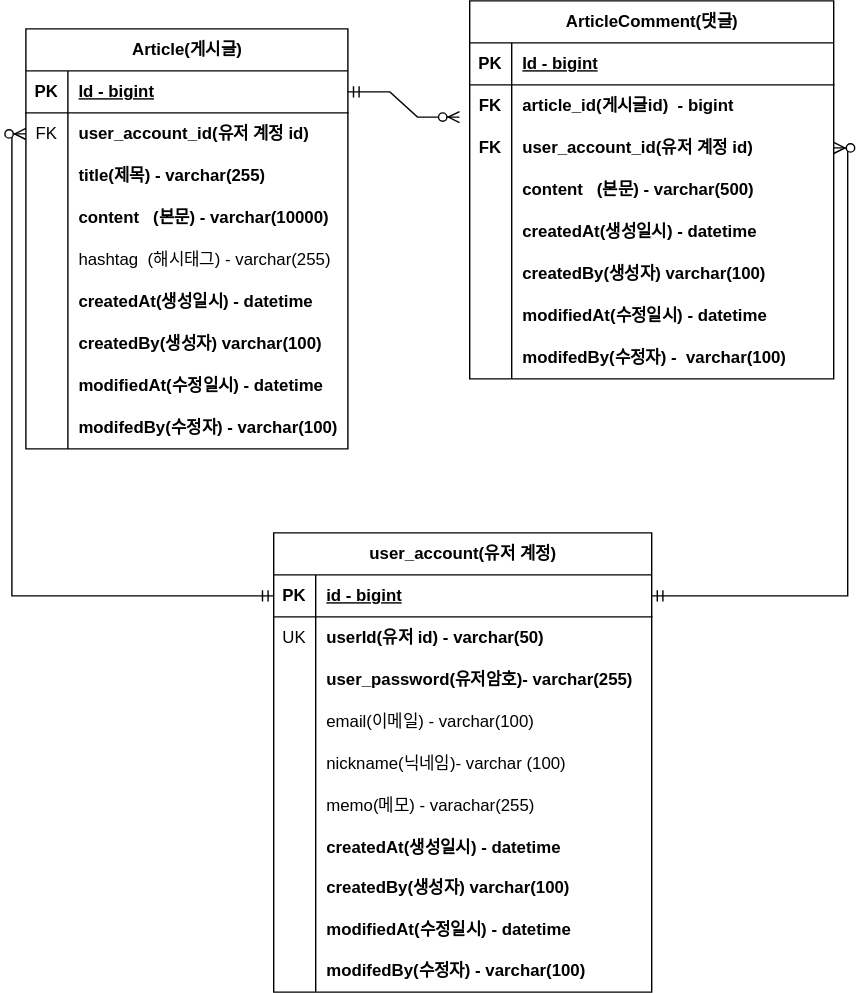
Above: document/project-board-erd.svg in Minzion0/project-board (draw.io), before the change. Source tidied: cells renumbered, new cells last; positions are measured from the earlier drawing's top-left corner, leaving out a move shared by most shapes.
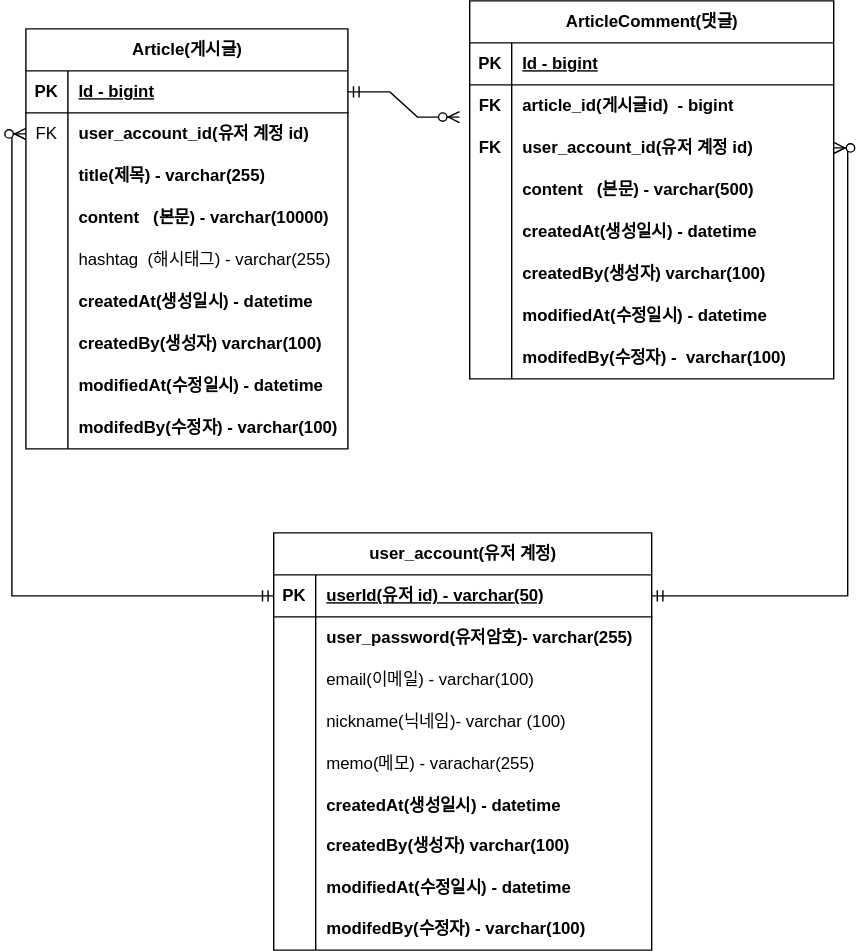
The same diagram one commit later.

Commit message:
#30 - user-account pk 변경 long id-> Sting userId 변경

Change to the diagram source:
```diff
@@ -165,7 +165,7 @@
       <mxGeometry relative="1" as="geometry" />
     </mxCell>
     <mxCell id="56" value="user_account(유저 계정)" style="shape=table;startSize=30;rowLines=0;fontStyle=1;align=center;html=1;" parent="1" vertex="1">
-      <mxGeometry x="177" y="380" width="270" height="328" as="geometry" />
+      <mxGeometry x="177" y="380" width="270" height="298" as="geometry" />
     </mxCell>
     <mxCell id="57" style="shape=tableRow;horizontal=0;startSize=0;swimlaneHead=0;swimlaneBody=0;fillColor=none;points=[[0,0.5],[1,0.5]];portConstraint=eastwest;top=0;left=0;right=0;bottom=1;" parent="56" vertex="1">
       <mxGeometry y="30" width="270" height="30" as="geometry" />
@@ -173,20 +173,11 @@
     <mxCell id="58" value="PK" style="shape=partialRectangle;fillColor=none;top=0;left=0;bottom=0;right=0;fontStyle=1;overflow=hidden;whiteSpace=wrap;html=1;" parent="57" vertex="1">
       <mxGeometry width="30" height="30" as="geometry" />
     </mxCell>
-    <mxCell id="59" value="id - bigint" style="shape=partialRectangle;fillColor=none;top=0;left=0;bottom=0;right=0;align=left;spacingLeft=6;fontStyle=5;overflow=hidden;whiteSpace=wrap;html=1;" parent="57" vertex="1">
+    <mxCell id="59" value="&lt;b style=&quot;border-color: var(--border-color);&quot;&gt;userId(유저 id) - varchar(50)&lt;/b&gt;" style="shape=partialRectangle;fillColor=none;top=0;left=0;bottom=0;right=0;align=left;spacingLeft=6;fontStyle=5;overflow=hidden;whiteSpace=wrap;html=1;" parent="57" vertex="1">
       <mxGeometry x="30" width="240" height="30" as="geometry" />
     </mxCell>
-    <mxCell id="60" style="shape=tableRow;horizontal=0;startSize=0;swimlaneHead=0;swimlaneBody=0;fillColor=none;top=0;left=0;right=0;bottom=0;" parent="56" vertex="1">
-      <mxGeometry y="60" width="270" height="30" as="geometry" />
-    </mxCell>
-    <mxCell id="61" value="UK" style="shape=partialRectangle;fillColor=none;top=0;left=0;bottom=0;right=0;overflow=hidden;whiteSpace=wrap;html=1;" parent="60" vertex="1">
-      <mxGeometry width="30" height="30" as="geometry" />
-    </mxCell>
-    <mxCell id="62" value="&lt;b&gt;userId(유저 id) - varchar(50)&lt;/b&gt;" style="shape=partialRectangle;fillColor=none;top=0;left=0;bottom=0;right=0;align=left;spacingLeft=6;overflow=hidden;whiteSpace=wrap;html=1;" parent="60" vertex="1">
-      <mxGeometry x="30" width="240" height="30" as="geometry" />
-    </mxCell>
     <mxCell id="63" style="shape=tableRow;horizontal=0;startSize=0;swimlaneHead=0;swimlaneBody=0;fillColor=none;top=0;left=0;right=0;bottom=0;" parent="56" vertex="1">
-      <mxGeometry y="90" width="270" height="30" as="geometry" />
+      <mxGeometry y="60" width="270" height="30" as="geometry" />
     </mxCell>
     <mxCell id="64" style="shape=partialRectangle;fillColor=none;top=0;left=0;bottom=0;right=0;overflow=hidden;whiteSpace=wrap;html=1;" parent="63" vertex="1">
       <mxGeometry width="30" height="30" as="geometry" />
@@ -195,7 +186,7 @@
       <mxGeometry x="30" width="240" height="30" as="geometry" />
     </mxCell>
     <mxCell id="66" style="shape=tableRow;horizontal=0;startSize=0;swimlaneHead=0;swimlaneBody=0;fillColor=none;top=0;left=0;right=0;bottom=0;" parent="56" vertex="1">
-      <mxGeometry y="120" width="270" height="30" as="geometry" />
+      <mxGeometry y="90" width="270" height="30" as="geometry" />
     </mxCell>
     <mxCell id="67" style="shape=partialRectangle;fillColor=none;top=0;left=0;bottom=0;right=0;overflow=hidden;whiteSpace=wrap;html=1;" parent="66" vertex="1">
       <mxGeometry width="30" height="30" as="geometry" />
@@ -204,7 +195,7 @@
       <mxGeometry x="30" width="240" height="30" as="geometry" />
     </mxCell>
     <mxCell id="69" style="shape=tableRow;horizontal=0;startSize=0;swimlaneHead=0;swimlaneBody=0;fillColor=none;top=0;left=0;right=0;bottom=0;" parent="56" vertex="1">
-      <mxGeometry y="150" width="270" height="30" as="geometry" />
+      <mxGeometry y="120" width="270" height="30" as="geometry" />
     </mxCell>
     <mxCell id="70" style="shape=partialRectangle;fillColor=none;top=0;left=0;bottom=0;right=0;overflow=hidden;whiteSpace=wrap;html=1;" parent="69" vertex="1">
       <mxGeometry width="30" height="30" as="geometry" />
@@ -213,7 +204,7 @@
       <mxGeometry x="30" width="240" height="30" as="geometry" />
     </mxCell>
     <mxCell id="72" style="shape=tableRow;horizontal=0;startSize=0;swimlaneHead=0;swimlaneBody=0;fillColor=none;top=0;left=0;right=0;bottom=0;" parent="56" vertex="1">
-      <mxGeometry y="180" width="270" height="30" as="geometry" />
+      <mxGeometry y="150" width="270" height="30" as="geometry" />
     </mxCell>
     <mxCell id="73" style="shape=partialRectangle;fillColor=none;top=0;left=0;bottom=0;right=0;overflow=hidden;whiteSpace=wrap;html=1;" parent="72" vertex="1">
       <mxGeometry width="30" height="30" as="geometry" />
@@ -222,7 +213,7 @@
       <mxGeometry x="30" width="240" height="30" as="geometry" />
     </mxCell>
     <mxCell id="75" style="shape=tableRow;horizontal=0;startSize=0;swimlaneHead=0;swimlaneBody=0;fillColor=none;top=0;left=0;right=0;bottom=0;" parent="56" vertex="1">
-      <mxGeometry y="210" width="270" height="29" as="geometry" />
+      <mxGeometry y="180" width="270" height="29" as="geometry" />
     </mxCell>
     <mxCell id="76" style="shape=partialRectangle;fillColor=none;top=0;left=0;bottom=0;right=0;overflow=hidden;whiteSpace=wrap;html=1;" parent="75" vertex="1">
       <mxGeometry width="30" height="29" as="geometry" />
@@ -231,7 +222,7 @@
       <mxGeometry x="30" width="240" height="29" as="geometry" />
     </mxCell>
     <mxCell id="78" style="shape=tableRow;horizontal=0;startSize=0;swimlaneHead=0;swimlaneBody=0;fillColor=none;top=0;left=0;right=0;bottom=0;" parent="56" vertex="1">
-      <mxGeometry y="239" width="270" height="30" as="geometry" />
+      <mxGeometry y="209" width="270" height="30" as="geometry" />
     </mxCell>
     <mxCell id="79" style="shape=partialRectangle;fillColor=none;top=0;left=0;bottom=0;right=0;overflow=hidden;whiteSpace=wrap;html=1;" parent="78" vertex="1">
       <mxGeometry width="30" height="30" as="geometry" />
@@ -240,7 +231,7 @@
       <mxGeometry x="30" width="240" height="30" as="geometry" />
     </mxCell>
     <mxCell id="81" style="shape=tableRow;horizontal=0;startSize=0;swimlaneHead=0;swimlaneBody=0;fillColor=none;top=0;left=0;right=0;bottom=0;" parent="56" vertex="1">
-      <mxGeometry y="269" width="270" height="29" as="geometry" />
+      <mxGeometry y="239" width="270" height="29" as="geometry" />
     </mxCell>
     <mxCell id="82" style="shape=partialRectangle;fillColor=none;top=0;left=0;bottom=0;right=0;overflow=hidden;whiteSpace=wrap;html=1;" parent="81" vertex="1">
       <mxGeometry width="30" height="29" as="geometry" />
@@ -249,7 +240,7 @@
       <mxGeometry x="30" width="240" height="29" as="geometry" />
     </mxCell>
     <mxCell id="84" style="shape=tableRow;horizontal=0;startSize=0;swimlaneHead=0;swimlaneBody=0;fillColor=none;top=0;left=0;right=0;bottom=0;" parent="56" vertex="1">
-      <mxGeometry y="298" width="270" height="30" as="geometry" />
+      <mxGeometry y="268" width="270" height="30" as="geometry" />
     </mxCell>
     <mxCell id="85" style="shape=partialRectangle;fillColor=none;top=0;left=0;bottom=0;right=0;overflow=hidden;whiteSpace=wrap;html=1;" parent="84" vertex="1">
       <mxGeometry width="30" height="30" as="geometry" />
```
